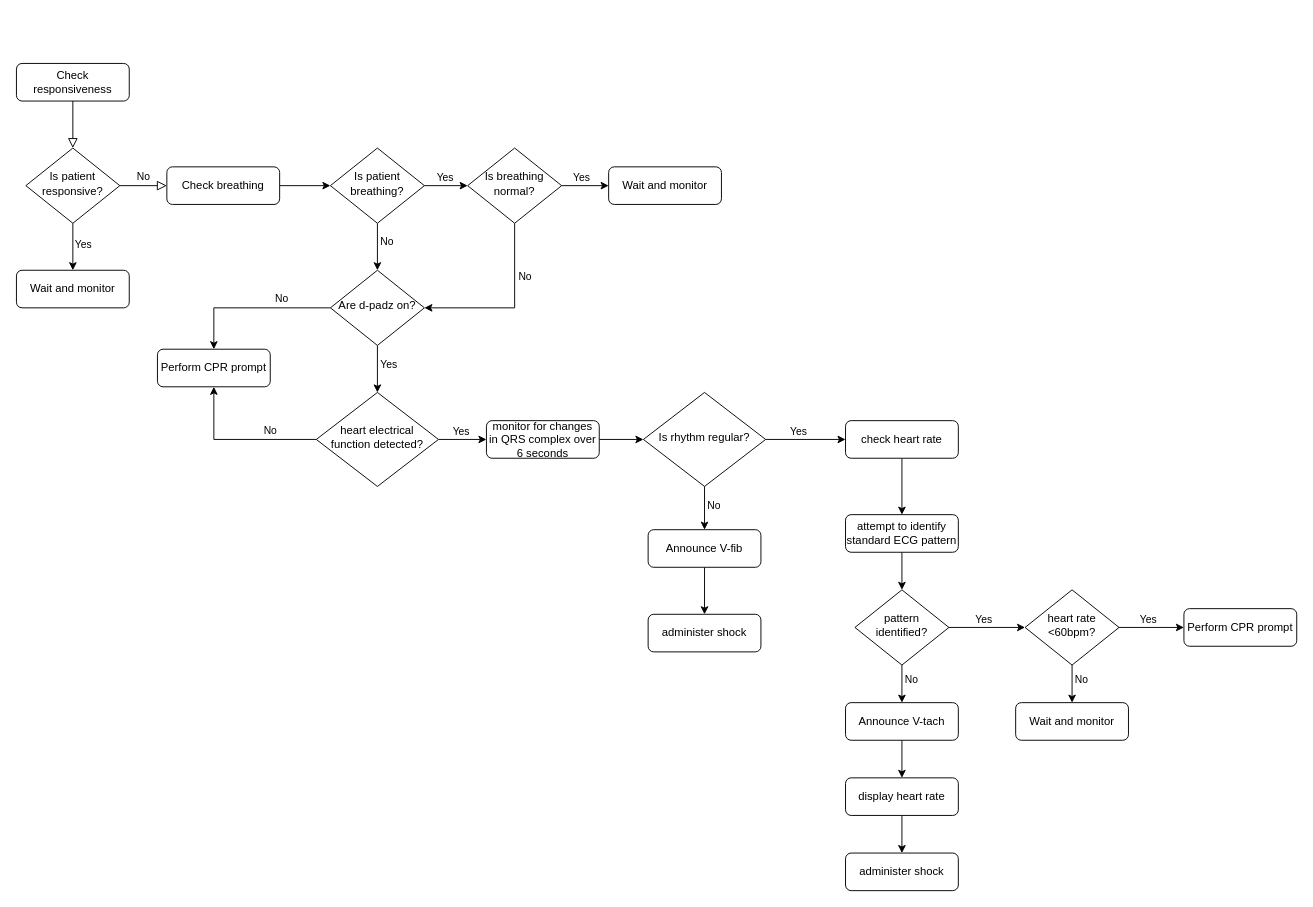
HamzaAlsarakbi/AEDSimulator keeps this draw.io diagram as docs/heart and ecg notes/Standard Logic Flow Diagram.drawio. Above is the earlier version. Source tidied: cells renumbered, new cells numbered last; positions are measured from the earlier drawing's top-left corner, leaving out a move shared by most shapes. Both pictures are drawn from the tidied source at 94%, with x=0, y=0 at pixel (16, 63).
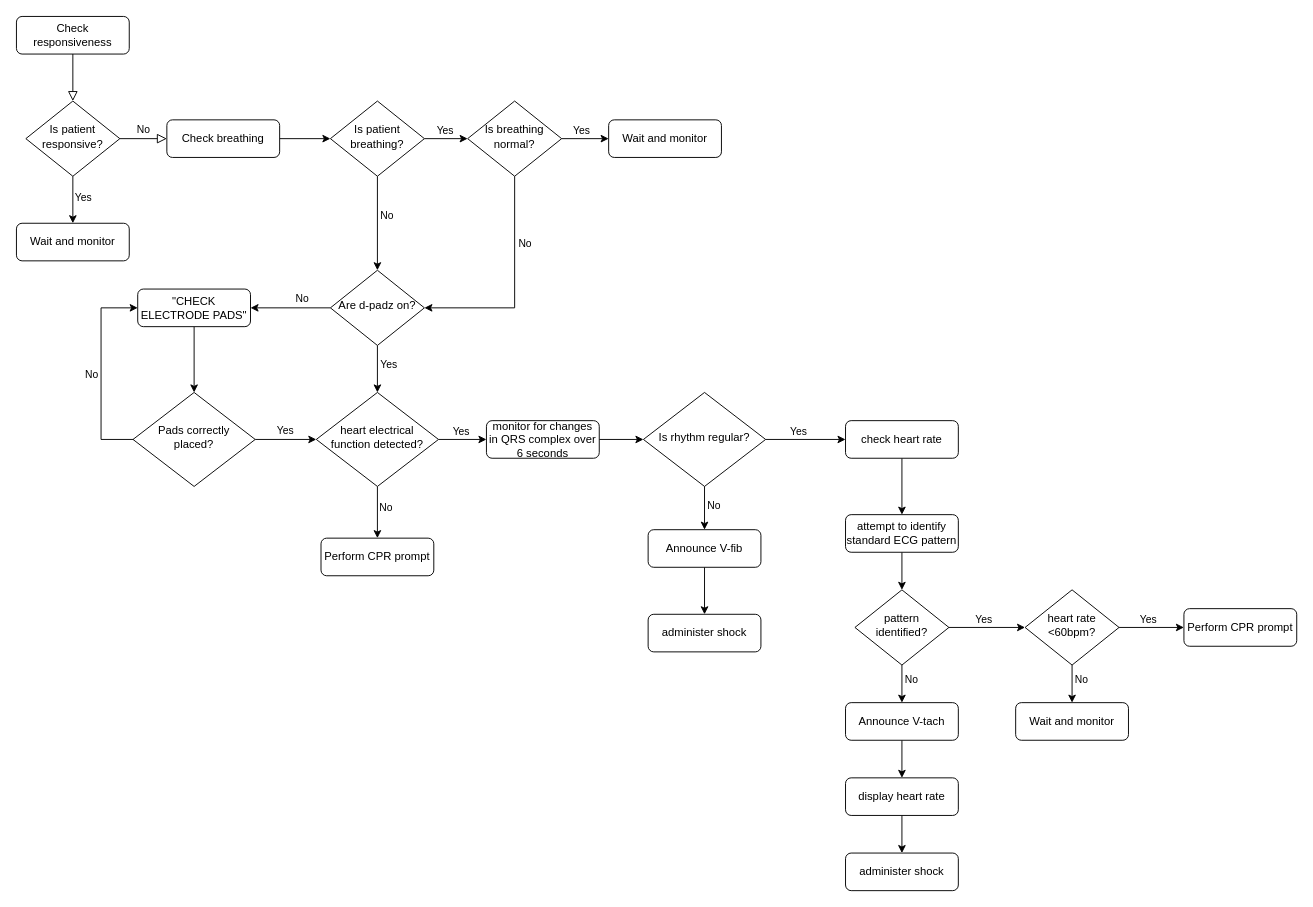
After the change.

Commit message:
updated logic for AED

Unchanged cells that the change refers to:
```xml
<mxCell id="26" value="Are d-padz on?" style="rhombus;whiteSpace=wrap;html=1;shadow=0;fontFamily=Helvetica;fontSize=12;align=center;strokeWidth=1;spacing=6;spacingTop=-4;" parent="1" vertex="1">
  <mxGeometry x="334" y="220" width="100" height="80" as="geometry" />
</mxCell>
<mxCell id="31" value="heart electrical function detected?" style="rhombus;whiteSpace=wrap;html=1;shadow=0;fontFamily=Helvetica;fontSize=12;align=center;strokeWidth=1;spacing=6;spacingTop=-4;" parent="1" vertex="1">
  <mxGeometry x="319" y="350" width="130" height="100" as="geometry" />
</mxCell>
```

Change to the diagram source:
```diff
@@
     <mxCell id="3" value="Check responsiveness" style="rounded=1;whiteSpace=wrap;html=1;fontSize=12;glass=0;strokeWidth=1;shadow=0;" parent="1" vertex="1">
-      <mxGeometry width="120" height="40" as="geometry" />
+      <mxGeometry y="-50" width="120" height="40" as="geometry" />
     </mxCell>
@@
     <mxCell id="7" value="Is patient responsive?" style="rhombus;whiteSpace=wrap;html=1;shadow=0;fontFamily=Helvetica;fontSize=12;align=center;strokeWidth=1;spacing=6;spacingTop=-4;" parent="1" vertex="1">
-      <mxGeometry x="10" y="90" width="100" height="80" as="geometry" />
+      <mxGeometry x="10" y="40" width="100" height="80" as="geometry" />
     </mxCell>
@@
     <mxCell id="9" value="Check breathing" style="rounded=1;whiteSpace=wrap;html=1;fontSize=12;glass=0;strokeWidth=1;shadow=0;" parent="1" vertex="1">
-      <mxGeometry x="160" y="110" width="120" height="40" as="geometry" />
+      <mxGeometry x="160" y="60" width="120" height="40" as="geometry" />
     </mxCell>
@@
     <mxCell id="14" value="Is patient breathing?" style="rhombus;whiteSpace=wrap;html=1;shadow=0;fontFamily=Helvetica;fontSize=12;align=center;strokeWidth=1;spacing=6;spacingTop=-4;" parent="1" vertex="1">
-      <mxGeometry x="334" y="90" width="100" height="80" as="geometry" />
+      <mxGeometry x="334" y="40" width="100" height="80" as="geometry" />
     </mxCell>
     <mxCell id="15" value="Wait and monitor" style="rounded=1;whiteSpace=wrap;html=1;fontSize=12;glass=0;strokeWidth=1;shadow=0;" parent="1" vertex="1">
-      <mxGeometry y="220" width="120" height="40" as="geometry" />
+      <mxGeometry y="170" width="120" height="40" as="geometry" />
     </mxCell>
     <mxCell id="16" value="Wait and monitor" style="rounded=1;whiteSpace=wrap;html=1;fontSize=12;glass=0;strokeWidth=1;shadow=0;" parent="1" vertex="1">
-      <mxGeometry x="630" y="110" width="120" height="40" as="geometry" />
+      <mxGeometry x="630" y="60" width="120" height="40" as="geometry" />
     </mxCell>
@@
     <mxCell id="21" value="Is breathing normal?" style="rhombus;whiteSpace=wrap;html=1;shadow=0;fontFamily=Helvetica;fontSize=12;align=center;strokeWidth=1;spacing=6;spacingTop=-4;" parent="1" vertex="1">
-      <mxGeometry x="480" y="90" width="100" height="80" as="geometry" />
+      <mxGeometry x="480" y="40" width="100" height="80" as="geometry" />
     </mxCell>
@@
-    <mxCell id="24" style="edgeStyle=orthogonalEdgeStyle;rounded=0;jettySize=auto;html=1;exitX=0;exitY=0.5;exitDx=0;exitDy=0;entryX=0.5;entryY=0;entryDx=0;entryDy=0;" parent="1" edge="1" source="26" target="32">
+    <mxCell id="24" style="edgeStyle=orthogonalEdgeStyle;rounded=0;jettySize=auto;html=1;exitX=0;exitY=0.5;exitDx=0;exitDy=0;entryX=1;entryY=0.5;entryDx=0;entryDy=0;" parent="1" edge="1" source="26" target="65">
       <mxGeometry relative="1" as="geometry" />
     </mxCell>
     <mxCell id="25" value="No" style="edgeLabel;html=1;align=center;verticalAlign=middle;" parent="24" vertex="1">
       <mxGeometry x="-0.37" y="-1" relative="1" as="geometry">
-        <mxPoint y="-10" as="offset" />
+        <mxPoint x="-4" y="-10" as="offset" />
       </mxGeometry>
     </mxCell>
@@
-    <mxCell id="27" style="edgeStyle=orthogonalEdgeStyle;rounded=0;jettySize=auto;html=1;exitX=0;exitY=0.5;exitDx=0;exitDy=0;entryX=0.5;entryY=1;entryDx=0;entryDy=0;" parent="1" edge="1" source="31" target="32">
+    <mxCell id="27" style="edgeStyle=orthogonalEdgeStyle;rounded=0;jettySize=auto;html=1;exitX=0.5;exitY=1;exitDx=0;exitDy=0;entryX=0.5;entryY=0;entryDx=0;entryDy=0;" parent="1" edge="1" source="31" target="32">
       <mxGeometry relative="1" as="geometry" />
     </mxCell>
     <mxCell id="28" value="No" style="edgeLabel;html=1;align=center;verticalAlign=middle;" parent="27" vertex="1">
       <mxGeometry x="-0.39" relative="1" as="geometry">
-        <mxPoint y="-10" as="offset" />
+        <mxPoint x="8" y="5" as="offset" />
       </mxGeometry>
     </mxCell>
@@
     <mxCell id="32" value="Perform CPR prompt" style="rounded=1;whiteSpace=wrap;html=1;fontSize=12;glass=0;strokeWidth=1;shadow=0;" parent="1" vertex="1">
-      <mxGeometry x="150" y="304" width="120" height="40" as="geometry" />
+      <mxGeometry x="324" y="505" width="120" height="40" as="geometry" />
     </mxCell>
@@
+    <mxCell id="64" style="edgeStyle=orthogonalEdgeStyle;rounded=0;jettySize=auto;html=1;exitX=0.5;exitY=1;exitDx=0;exitDy=0;entryX=0.5;entryY=0;entryDx=0;entryDy=0;" parent="1" edge="1" source="65" target="70">
+      <mxGeometry relative="1" as="geometry" />
+    </mxCell>
+    <mxCell id="65" value="&quot;CHECK ELECTRODE PADS&quot;" style="rounded=1;whiteSpace=wrap;html=1;fontSize=12;glass=0;strokeWidth=1;shadow=0;" parent="1" vertex="1">
+      <mxGeometry x="129" y="240" width="120" height="40" as="geometry" />
+    </mxCell>
+    <mxCell id="66" style="edgeStyle=orthogonalEdgeStyle;rounded=0;jettySize=auto;html=1;exitX=0;exitY=0.5;exitDx=0;exitDy=0;entryX=0;entryY=0.5;entryDx=0;entryDy=0;" parent="1" edge="1" source="70" target="65">
+      <mxGeometry relative="1" as="geometry">
+        <Array as="points">
+          <mxPoint x="90" y="400" />
+          <mxPoint x="90" y="260" />
+        </Array>
+      </mxGeometry>
+    </mxCell>
+    <mxCell id="67" value="No" style="edgeLabel;html=1;align=center;verticalAlign=middle;" parent="66" vertex="1">
+      <mxGeometry x="-0.02" relative="1" as="geometry">
+        <mxPoint x="-11" as="offset" />
+      </mxGeometry>
+    </mxCell>
+    <mxCell id="68" style="edgeStyle=orthogonalEdgeStyle;rounded=0;jettySize=auto;html=1;exitX=1;exitY=0.5;exitDx=0;exitDy=0;entryX=0;entryY=0.5;entryDx=0;entryDy=0;" parent="1" edge="1" source="70" target="31">
+      <mxGeometry relative="1" as="geometry" />
+    </mxCell>
+    <mxCell id="69" value="Yes" style="edgeLabel;html=1;align=center;verticalAlign=middle;" parent="68" vertex="1">
+      <mxGeometry x="-0.02" y="1" relative="1" as="geometry">
+        <mxPoint x="-1" y="-9" as="offset" />
+      </mxGeometry>
+    </mxCell>
+    <mxCell id="70" value="Pads correctly placed?" style="rhombus;whiteSpace=wrap;html=1;shadow=0;fontFamily=Helvetica;fontSize=12;align=center;strokeWidth=1;spacing=6;spacingTop=-4;" parent="1" vertex="1">
+      <mxGeometry x="124" y="350" width="130" height="100" as="geometry" />
+    </mxCell>
```
